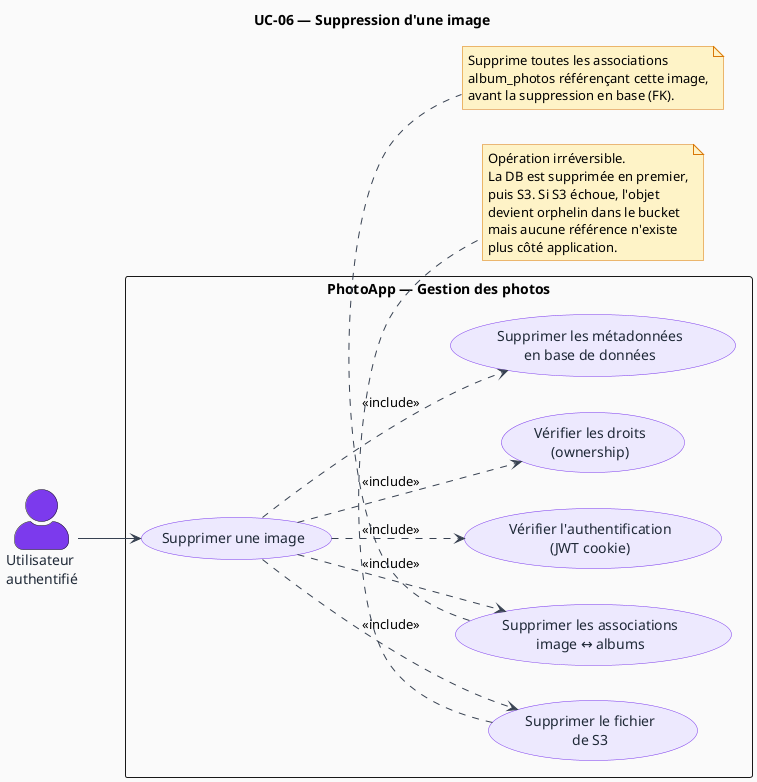
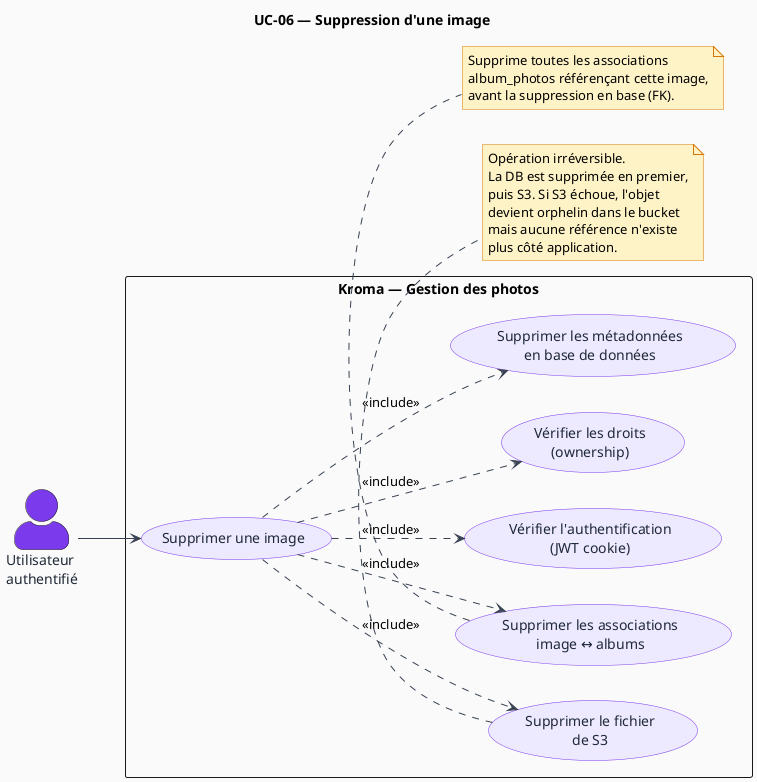
@startuml UC-06 — Suppression d'une image

title UC-06 — Suppression d'une image

left to right direction

skinparam actorStyle awesome
skinparam backgroundColor #FAFAFA
skinparam usecase {
  BackgroundColor #EDE9FE
  BorderColor #7C3AED
  FontColor #1F2937
}
skinparam actor {
  BackgroundColor #7C3AED
  FontColor #1F2937
}
skinparam arrow {
  Color #374151
}
skinparam note {
  BackgroundColor #FEF3C7
  BorderColor #D97706
}

actor "Utilisateur\nauthentifié" as User

- rectangle "PhotoApp — Gestion des photos" {
+ rectangle "Kroma — Gestion des photos" {

  usecase "Supprimer une image" as UC_Delete

  usecase "Vérifier l'authentification\n(JWT cookie)" as UC_Auth
  usecase "Vérifier les droits\n(ownership)" as UC_CheckOwner
  usecase "Supprimer le fichier\nde S3" as UC_DeleteS3
  usecase "Supprimer les associations\nimage ↔ albums" as UC_DeleteLinks
  usecase "Supprimer les métadonnées\nen base de données" as UC_DeleteMeta

}

User --> UC_Delete

UC_Delete ..> UC_Auth        : <<include>>
UC_Delete ..> UC_CheckOwner  : <<include>>
UC_Delete ..> UC_DeleteLinks : <<include>>
UC_Delete ..> UC_DeleteS3    : <<include>>
UC_Delete ..> UC_DeleteMeta  : <<include>>

note bottom of UC_DeleteS3
  Opération irréversible.
  La DB est supprimée en premier,
  puis S3. Si S3 échoue, l'objet
  devient orphelin dans le bucket
  mais aucune référence n'existe
  plus côté application.
end note

note bottom of UC_DeleteLinks
  Supprime toutes les associations
  album_photos référençant cette image,
  avant la suppression en base (FK).
end note

@enduml
